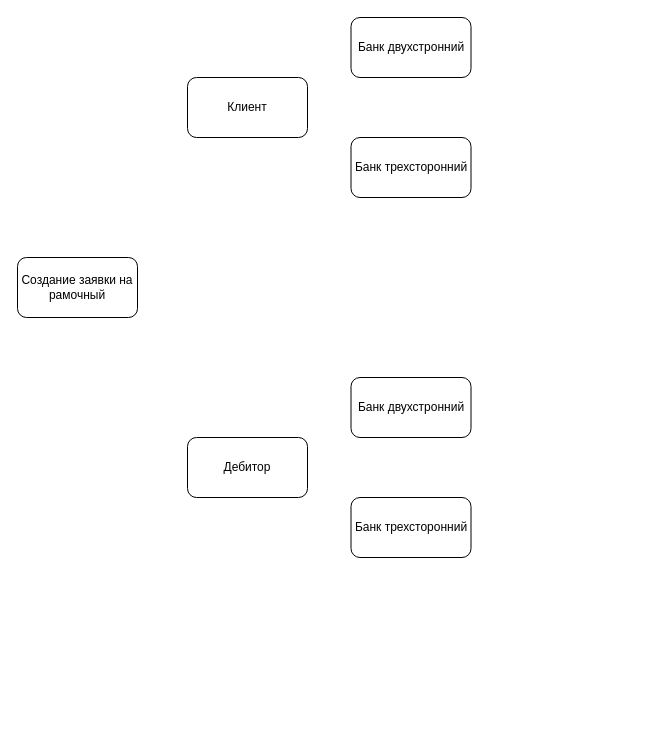
Before: УЗ диаграмма шагов.drawio in Imudeng/diagramm, a draw.io diagram. Source tidied: cells renumbered, new cells numbered last; positions are measured from the earlier drawing's top-left corner, leaving out a move shared by most shapes. Both pictures are drawn from the tidied source at 100%, with x=0, y=0 at pixel (17, 17).
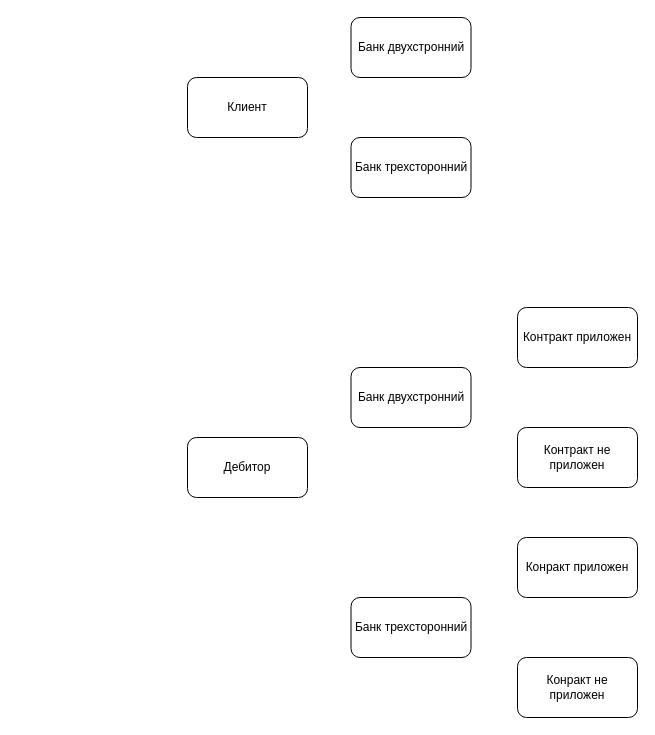
Above is the later version.

Change to the diagram source:
```diff
@@
 <mxGraphModel>
   <root>
     <mxCell id="0" />
     <mxCell id="1" parent="0" />
-    <mxCell id="2" value="Создание заявки на рамочный" style="rounded=1;whiteSpace=wrap;html=1;" parent="1" vertex="1">
-      <mxGeometry y="240" width="120" height="60" as="geometry" />
-    </mxCell>
     <mxCell id="3" value="Дебитор" style="rounded=1;whiteSpace=wrap;html=1;" parent="1" vertex="1">
       <mxGeometry x="170" y="420" width="120" height="60" as="geometry" />
     </mxCell>
     <mxCell id="4" value="Клиент" style="rounded=1;whiteSpace=wrap;html=1;" parent="1" vertex="1">
       <mxGeometry x="170" y="60" width="120" height="60" as="geometry" />
     </mxCell>
     <mxCell id="5" value="Банк трехсторонний" style="rounded=1;whiteSpace=wrap;html=1;" parent="1" vertex="1">
       <mxGeometry x="333.5" y="120" width="120" height="60" as="geometry" />
     </mxCell>
     <mxCell id="6" value="Банк двухстронний" style="rounded=1;whiteSpace=wrap;html=1;" parent="1" vertex="1">
       <mxGeometry x="333.5" width="120" height="60" as="geometry" />
     </mxCell>
     <mxCell id="7" value="Банк трехсторонний" style="rounded=1;whiteSpace=wrap;html=1;" parent="1" vertex="1">
-      <mxGeometry x="333.5" y="480" width="120" height="60" as="geometry" />
+      <mxGeometry x="333.5" y="580" width="120" height="60" as="geometry" />
     </mxCell>
     <mxCell id="8" value="Банк двухстронний" style="rounded=1;whiteSpace=wrap;html=1;" parent="1" vertex="1">
-      <mxGeometry x="333.5" y="360" width="120" height="60" as="geometry" />
+      <mxGeometry x="333.5" y="350" width="120" height="60" as="geometry" />
     </mxCell>
+    <mxCell id="9" value="Контракт не приложен" style="rounded=1;whiteSpace=wrap;html=1;" parent="1" vertex="1">
+      <mxGeometry x="500" y="410" width="120" height="60" as="geometry" />
+    </mxCell>
+    <mxCell id="10" value="Контракт приложен" style="rounded=1;whiteSpace=wrap;html=1;" parent="1" vertex="1">
+      <mxGeometry x="500" y="290" width="120" height="60" as="geometry" />
+    </mxCell>
+    <mxCell id="11" value="Конракт не приложен" style="rounded=1;whiteSpace=wrap;html=1;" parent="1" vertex="1">
+      <mxGeometry x="500" y="640" width="120" height="60" as="geometry" />
+    </mxCell>
+    <mxCell id="12" value="Конракт приложен" style="rounded=1;whiteSpace=wrap;html=1;" parent="1" vertex="1">
+      <mxGeometry x="500" y="520" width="120" height="60" as="geometry" />
+    </mxCell>
   </root>
 </mxGraphModel>
```
